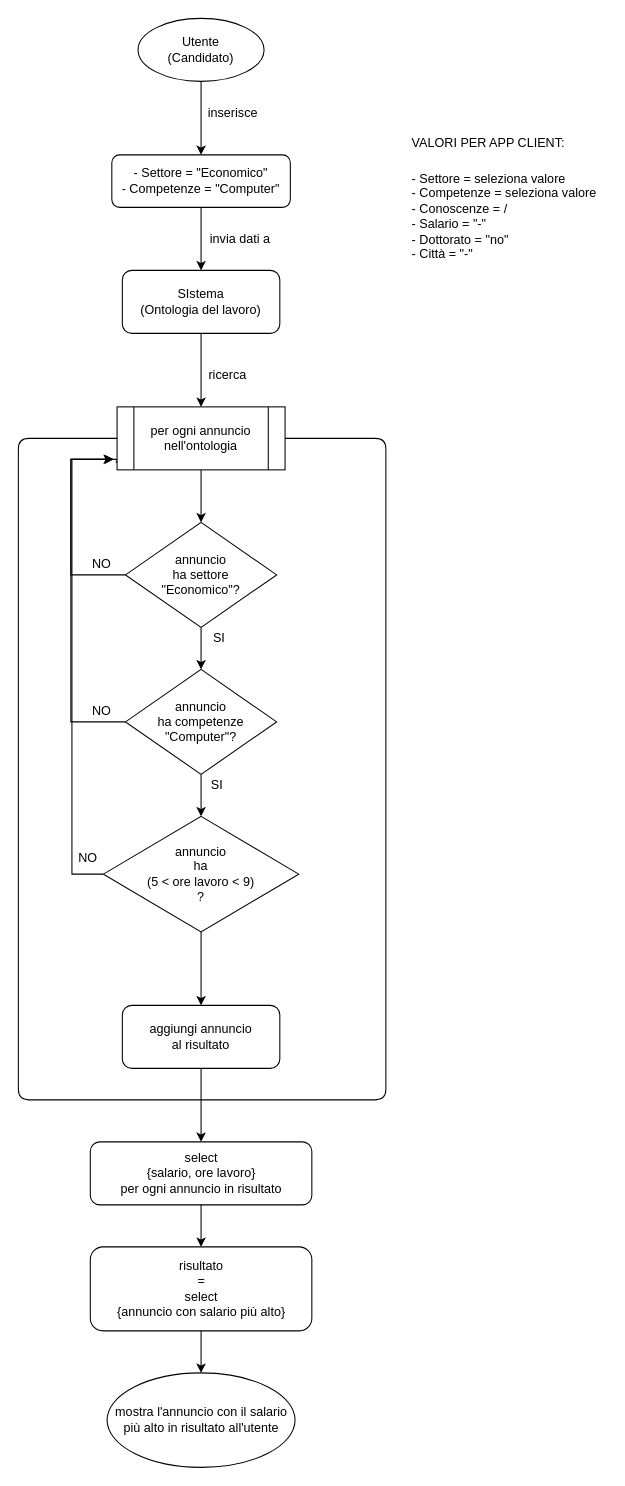
Earlier version of the draw.io diagram flowcharts/candidato/candidato query 5.drawio (salvo1196/ModSemProject). Source tidied: cells renumbered, new cells numbered last; positions are measured from the earlier drawing's top-left corner, leaving out a move shared by most shapes. Both pictures are drawn from the tidied source at 105%, with x=0, y=0 at pixel (18, 18).
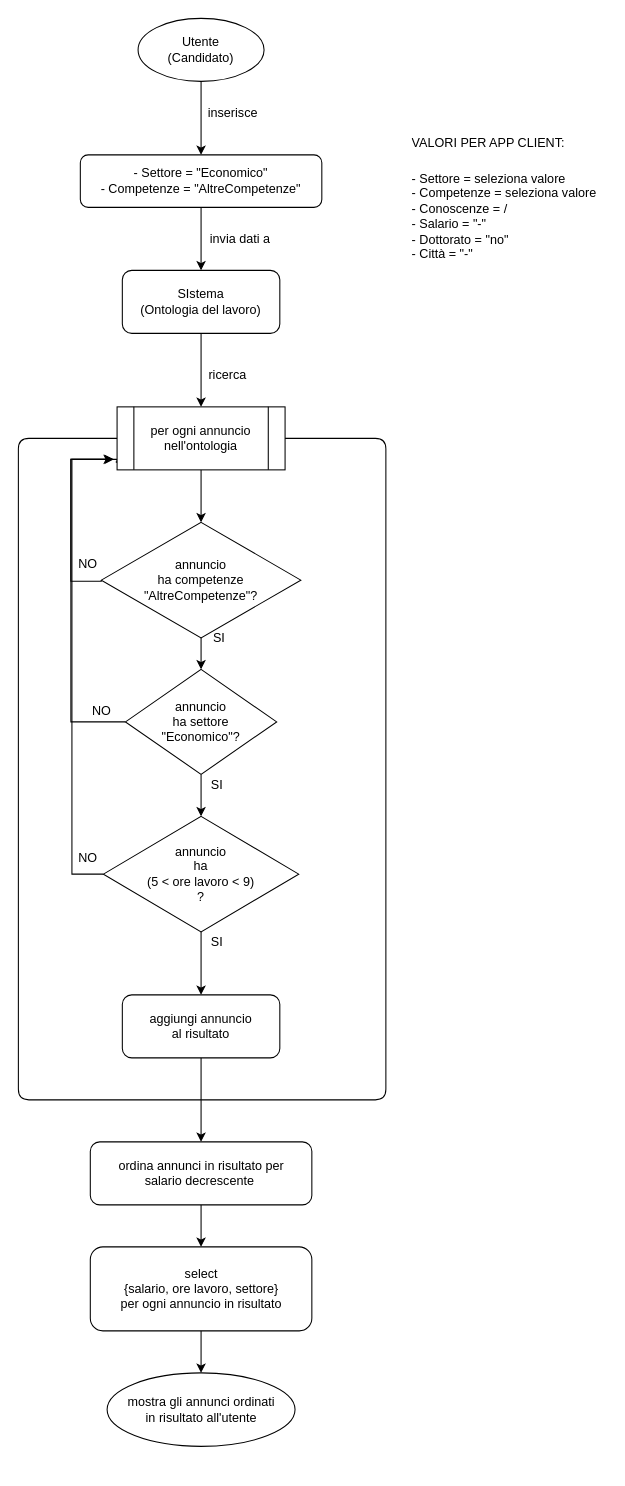
The same page after the edit.

Unchanged cells that the change refers to:
```xml
<mxCell id="15" value="per ogni annuncio nell'ontologia" style="shape=process;whiteSpace=wrap;html=1;backgroundOutline=1;" parent="1" vertex="1">
  <mxGeometry x="94" y="370" width="160" height="60" as="geometry" />
</mxCell>
```

Change to the diagram source:
```diff
@@
-    <mxCell id="6" value="- Settore = &quot;Economico&quot;&lt;br&gt;- Competenze = &quot;Computer&quot;" style="rounded=1;whiteSpace=wrap;html=1;" parent="1" vertex="1">
-      <mxGeometry x="89" y="130" width="170" height="50" as="geometry" />
+    <mxCell id="6" value="- Settore = &quot;Economico&quot;&lt;br&gt;- Competenze = &quot;AltreCompetenze&quot;" style="rounded=1;whiteSpace=wrap;html=1;" parent="1" vertex="1">
+      <mxGeometry x="59" y="130" width="230" height="50" as="geometry" />
     </mxCell>
-    <mxCell id="7" style="edgeStyle=orthogonalEdgeStyle;rounded=0;jettySize=auto;html=1;entryX=-0.011;entryY=0.876;entryDx=0;entryDy=0;entryPerimeter=0;" parent="1" edge="1" source="9" target="15">
+    <mxCell id="7" style="edgeStyle=orthogonalEdgeStyle;rounded=0;jettySize=auto;html=1;entryX=-0.011;entryY=0.876;entryDx=0;entryDy=0;entryPerimeter=0;exitX=0;exitY=0.5;exitDx=0;exitDy=0;" parent="1" edge="1" source="9" target="15">
       <mxGeometry relative="1" as="geometry">
         <Array as="points">
-          <mxPoint x="50" y="530" />
+          <mxPoint x="79" y="536" />
+          <mxPoint x="50" y="536" />
           <mxPoint x="50" y="420" />
           <mxPoint x="94" y="420" />
           <mxPoint x="94" y="423" />
         </Array>
       </mxGeometry>
     </mxCell>
@@
-    <mxCell id="9" value="annuncio&lt;br&gt;ha settore&lt;br&gt;&quot;Economico&quot;?" style="rhombus;whiteSpace=wrap;html=1;" parent="1" vertex="1">
-      <mxGeometry x="102" y="480" width="144" height="100" as="geometry" />
+    <mxCell id="9" value="annuncio&lt;br&gt;ha competenze&lt;br&gt;&quot;AltreCompetenze&quot;?" style="rhombus;whiteSpace=wrap;html=1;" parent="1" vertex="1">
+      <mxGeometry x="79" y="480" width="190" height="110" as="geometry" />
     </mxCell>
@@
     <mxCell id="16" value="NO" style="text;html=1;align=center;verticalAlign=middle;" parent="1" vertex="1">
-      <mxGeometry x="64" y="510" width="30" height="20" as="geometry" />
+      <mxGeometry x="51" y="510" width="30" height="20" as="geometry" />
     </mxCell>
@@
     <mxCell id="18" style="edgeStyle=orthogonalEdgeStyle;rounded=0;jettySize=auto;html=1;" parent="1" edge="1" source="20">
       <mxGeometry relative="1" as="geometry">
         <mxPoint x="90" y="420" as="targetPoint" />
         <Array as="points">
           <mxPoint x="50" y="670" />
           <mxPoint x="50" y="420" />
-          <mxPoint x="90" y="420" />
         </Array>
       </mxGeometry>
     </mxCell>
@@
-    <mxCell id="20" value="&lt;span&gt;annuncio&lt;br&gt;ha competenze&lt;br&gt;&quot;Computer&quot;?&lt;br&gt;&lt;/span&gt;" style="rhombus;whiteSpace=wrap;html=1;" parent="1" vertex="1">
+    <mxCell id="20" value="annuncio&lt;br&gt;ha settore&lt;br&gt;&quot;Economico&quot;?&lt;span&gt;&lt;br&gt;&lt;/span&gt;" style="rhombus;whiteSpace=wrap;html=1;" parent="1" vertex="1">
       <mxGeometry x="102" y="620" width="144" height="100" as="geometry" />
     </mxCell>
@@
     <mxCell id="28" value="aggiungi annuncio&lt;br&gt;al risultato" style="rounded=1;whiteSpace=wrap;html=1;" parent="1" vertex="1">
-      <mxGeometry x="99" y="940" width="150" height="60" as="geometry" />
+      <mxGeometry x="99" y="930" width="150" height="60" as="geometry" />
     </mxCell>
-    <mxCell id="29" value="&lt;span&gt;mostra l'annuncio con il salario più alto in risultato all'utente&lt;/span&gt;" style="ellipse;whiteSpace=wrap;html=1;" parent="1" vertex="1">
-      <mxGeometry x="84.5" y="1290" width="179" height="90" as="geometry" />
+    <mxCell id="29" value="&lt;span&gt;mostra gli annunci ordinati&lt;br&gt;in risultato all'utente&lt;/span&gt;" style="ellipse;whiteSpace=wrap;html=1;" parent="1" vertex="1">
+      <mxGeometry x="84.5" y="1290" width="179" height="70" as="geometry" />
     </mxCell>
@@
-    <mxCell id="34" value="select&lt;br&gt;{salario, ore lavoro}&lt;br&gt;per ogni annuncio in risultato" style="rounded=1;whiteSpace=wrap;html=1;" parent="1" vertex="1">
+    <mxCell id="34" value="ordina annunci in risultato per&lt;br&gt;salario decrescente&amp;nbsp;" style="rounded=1;whiteSpace=wrap;html=1;" parent="1" vertex="1">
       <mxGeometry x="68.5" y="1070" width="211" height="60" as="geometry" />
     </mxCell>
@@
-    <mxCell id="36" value="risultato &lt;br&gt;= &lt;br&gt;select&lt;br&gt;{annuncio con salario più alto}" style="rounded=1;whiteSpace=wrap;html=1;" parent="1" vertex="1">
+    <mxCell id="36" value="&lt;span&gt;select&lt;/span&gt;&lt;br&gt;&lt;span&gt;{salario, ore lavoro, settore}&lt;/span&gt;&lt;br&gt;&lt;span&gt;per ogni annuncio in risultato&lt;/span&gt;" style="rounded=1;whiteSpace=wrap;html=1;" parent="1" vertex="1">
       <mxGeometry x="68.5" y="1170" width="211" height="80" as="geometry" />
     </mxCell>
+    <mxCell id="37" value="SI" style="text;html=1;align=center;verticalAlign=middle;" parent="1" vertex="1">
+      <mxGeometry x="174" y="870" width="30" height="20" as="geometry" />
+    </mxCell>
```
